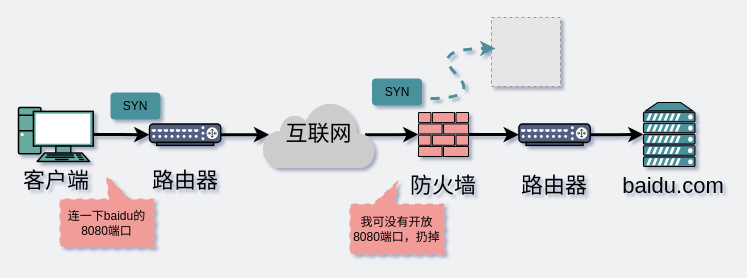
xiaobaiTech/image keeps this draw.io diagram as network/防火墙安全策略.drawio. Above is the earlier version. Source tidied: cells renumbered, new cells numbered last; positions are measured from the earlier drawing's top-left corner, leaving out a move shared by most shapes. Both pictures are drawn from the tidied source at 100%, with x=0, y=0 at pixel (18, 17). Pictures stored in the file or linked from it are replaced by grey dashed boxes.
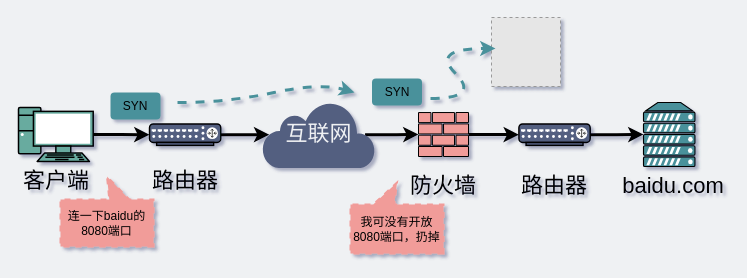
The same page after the edit.

Commit message:
Update 防火墙安全策略.drawio

Diff of the diagram source:
```diff
@@
-    <mxCell id="10" value="&lt;font style=&quot;font-size: 22px&quot; color=&quot;#000000&quot;&gt;互联网&lt;/font&gt;" style="html=1;outlineConnect=0;gradientColor=none;gradientDirection=north;strokeWidth=2;shape=mxgraph.networks.cloud;fontColor=#ffffff;strokeColor=none;fillColor=#CCCCCC;" parent="1" vertex="1">
+    <mxCell id="10" value="&lt;font style=&quot;font-size: 22px&quot; color=&quot;#eff1f3&quot;&gt;互联网&lt;/font&gt;" style="html=1;outlineConnect=0;gradientColor=none;gradientDirection=north;strokeWidth=2;shape=mxgraph.networks.cloud;fontColor=#ffffff;strokeColor=none;fillColor=#535E80;" parent="1" vertex="1">
       <mxGeometry x="244" y="84" width="112.7" height="66.4" as="geometry" />
     </mxCell>
@@
+    <mxCell id="24" style="curved=1;endArrow=classic;html=1;strokeWidth=3;dashed=1;strokeColor=#4A919B;" parent="1" edge="1">
+      <mxGeometry relative="1" as="geometry">
+        <mxPoint x="159" y="85" as="sourcePoint" />
+        <mxPoint x="336" y="75" as="targetPoint" />
+        <Array as="points">
+          <mxPoint x="209" y="85" />
+          <mxPoint x="302" y="65" />
+        </Array>
+      </mxGeometry>
+    </mxCell>
```
